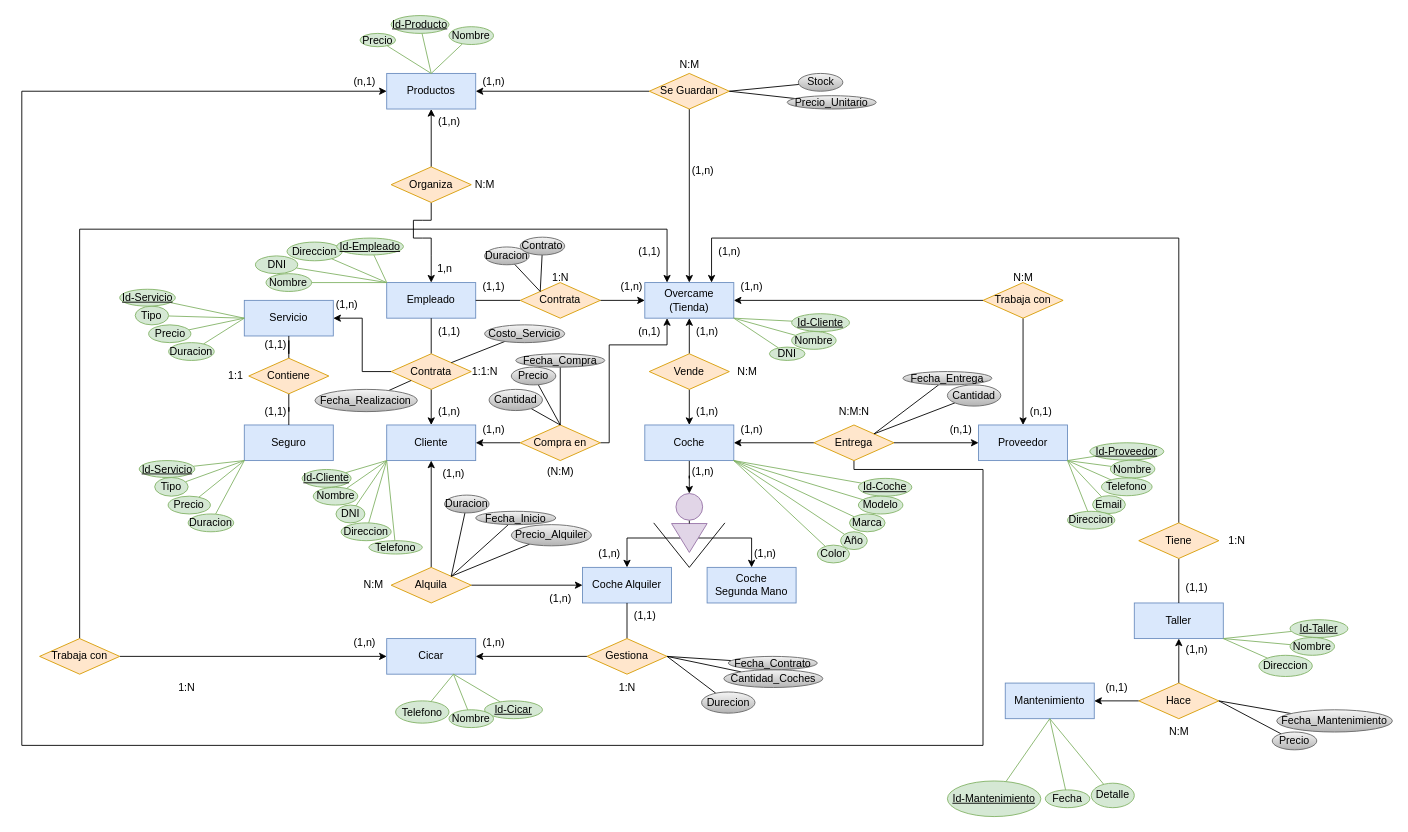
Before: Overcame2.0.1.drawio in YerayGM/ProyectoOvercame-BAE, a draw.io diagram. Source tidied: cells renumbered, new cells numbered last; positions are measured from the earlier drawing's top-left corner, leaving out a move shared by most shapes. Both pictures are drawn from the tidied source at 89%, with x=0, y=0 at pixel (21, 15).
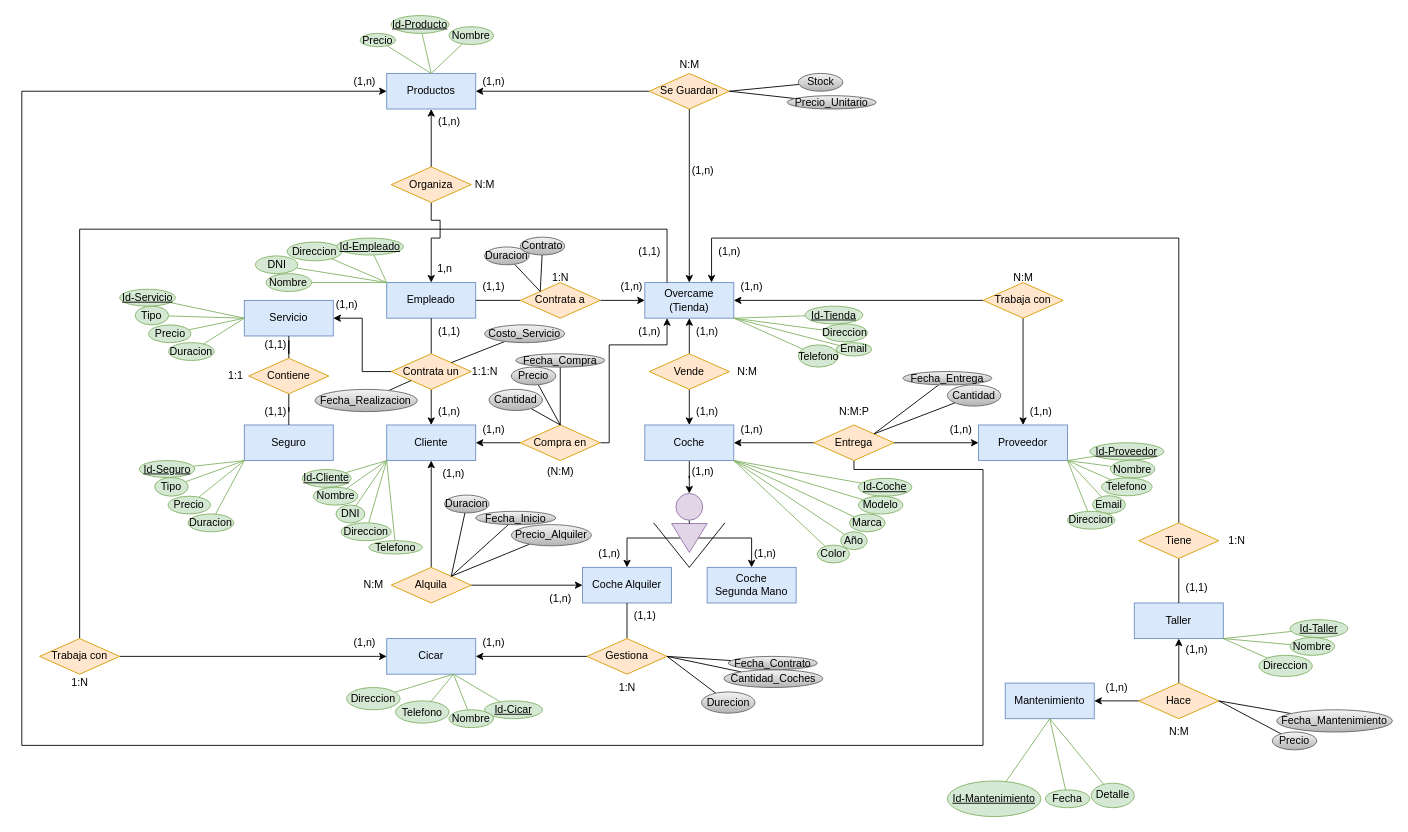
The same diagram, later.

The change refers to these unchanged cells:
```xml
<mxCell id="9" value="Overcame&lt;div&gt;(Tienda)&lt;/div&gt;" style="whiteSpace=wrap;html=1;align=center;fillColor=#dae8fc;strokeColor=#6c8ebf;" parent="1" vertex="1">
  <mxGeometry x="700" y="300" width="100" height="40" as="geometry" />
</mxCell>
<mxCell id="10" value="Empleado" style="whiteSpace=wrap;html=1;align=center;fillColor=#dae8fc;strokeColor=#6c8ebf;" parent="1" vertex="1">
  <mxGeometry x="410" y="300" width="100" height="40" as="geometry" />
</mxCell>
<mxCell id="11" value="Cicar" style="whiteSpace=wrap;html=1;align=center;fillColor=#dae8fc;strokeColor=#6c8ebf;" parent="1" vertex="1">
  <mxGeometry x="410" y="700" width="100" height="40" as="geometry" />
</mxCell>
<mxCell id="20" value="Organiza" style="shape=rhombus;perimeter=rhombusPerimeter;whiteSpace=wrap;html=1;align=center;fillColor=#ffe6cc;strokeColor=#d79b00;" parent="1" vertex="1">
  <mxGeometry x="415" y="170" width="90" height="40" as="geometry" />
</mxCell>
<mxCell id="29" value="Trabaja con" style="shape=rhombus;perimeter=rhombusPerimeter;whiteSpace=wrap;html=1;align=center;fillColor=#ffe6cc;strokeColor=#d79b00;" parent="1" vertex="1">
  <mxGeometry x="20" y="700" width="90" height="40" as="geometry" />
</mxCell>
```

Change to the diagram source:
```diff
@@
     <mxCell id="18" style="rounded=0;jettySize=auto;html=1;entryX=0.5;entryY=0;entryDx=0;entryDy=0;exitX=0.5;exitY=1;exitDx=0;exitDy=0;" parent="1" edge="1" source="20" target="10">
       <mxGeometry relative="1" as="geometry">
         <Array as="points">
           <mxPoint x="460" y="230" />
-          <mxPoint x="450" y="230" />
-          <mxPoint x="440" y="230" />
-          <mxPoint x="440" y="250" />
-          <mxPoint x="450" y="250" />
+          <mxPoint x="470" y="230" />
+          <mxPoint x="470" y="250" />
           <mxPoint x="460" y="250" />
           <mxPoint x="460" y="270" />
         </Array>
       </mxGeometry>
     </mxCell>
@@
-    <mxCell id="28" style="edgeStyle=orthogonalEdgeStyle;rounded=0;jettySize=auto;html=1;entryX=0.25;entryY=0;entryDx=0;entryDy=0;exitX=0.5;exitY=0;exitDx=0;exitDy=0;" parent="1" edge="1" source="29" target="9">
+    <mxCell id="28" style="edgeStyle=orthogonalEdgeStyle;rounded=0;jettySize=auto;html=1;entryX=0.25;entryY=0;entryDx=0;entryDy=0;exitX=0.5;exitY=0;exitDx=0;exitDy=0;endArrow=none;endFill=0;" parent="1" edge="1" source="29" target="9">
       <mxGeometry relative="1" as="geometry">
         <Array as="points">
           <mxPoint x="65" y="240" />
           <mxPoint x="725" y="240" />
         </Array>
       </mxGeometry>
     </mxCell>
@@
-    <mxCell id="45" value="Contrata" style="shape=rhombus;perimeter=rhombusPerimeter;whiteSpace=wrap;html=1;align=center;fillColor=#ffe6cc;strokeColor=#d79b00;" parent="1" vertex="1">
+    <mxCell id="45" value="Contrata a" style="shape=rhombus;perimeter=rhombusPerimeter;whiteSpace=wrap;html=1;align=center;fillColor=#ffe6cc;strokeColor=#d79b00;" parent="1" vertex="1">
       <mxGeometry x="560" y="300" width="90" height="40" as="geometry" />
     </mxCell>
@@
-    <mxCell id="52" value="Contrata" style="shape=rhombus;perimeter=rhombusPerimeter;whiteSpace=wrap;html=1;align=center;fillColor=#ffe6cc;strokeColor=#d79b00;" parent="1" vertex="1">
+    <mxCell id="52" value="Contrata un" style="shape=rhombus;perimeter=rhombusPerimeter;whiteSpace=wrap;html=1;align=center;fillColor=#ffe6cc;strokeColor=#d79b00;" parent="1" vertex="1">
       <mxGeometry x="415" y="380" width="90" height="40" as="geometry" />
     </mxCell>
@@
-    <mxCell id="82" value="(n,1)" style="text;html=1;align=center;verticalAlign=middle;strokeColor=none;fillColor=none;" parent="1" vertex="1">
+    <mxCell id="82" value="(1,n)" style="text;html=1;align=center;verticalAlign=middle;strokeColor=none;fillColor=none;" parent="1" vertex="1">
       <mxGeometry x="1120" y="430" width="50" height="30" as="geometry" />
     </mxCell>
@@
-    <mxCell id="84" value="(n,1)" style="text;html=1;align=center;verticalAlign=middle;strokeColor=none;fillColor=none;" parent="1" vertex="1">
+    <mxCell id="84" value="(1,n)" style="text;html=1;align=center;verticalAlign=middle;strokeColor=none;fillColor=none;" parent="1" vertex="1">
       <mxGeometry x="1030" y="450" width="50" height="30" as="geometry" />
     </mxCell>
-    <mxCell id="85" value="(n,1)" style="text;html=1;align=center;verticalAlign=middle;strokeColor=none;fillColor=none;" parent="1" vertex="1">
+    <mxCell id="85" value="(1,n)" style="text;html=1;align=center;verticalAlign=middle;strokeColor=none;fillColor=none;" parent="1" vertex="1">
       <mxGeometry x="360" y="60" width="50" height="30" as="geometry" />
     </mxCell>
@@
     <mxCell id="94" value="1:N" style="text;html=1;align=center;verticalAlign=middle;strokeColor=none;fillColor=none;" parent="1" vertex="1">
-      <mxGeometry x="165" y="740" width="40" height="30" as="geometry" />
+      <mxGeometry x="45" y="735" width="40" height="30" as="geometry" />
     </mxCell>
-    <mxCell id="95" value="N:M:N" style="text;html=1;align=center;verticalAlign=middle;strokeColor=none;fillColor=none;" parent="1" vertex="1">
+    <mxCell id="95" value="N:M:P" style="text;html=1;align=center;verticalAlign=middle;strokeColor=none;fillColor=none;" parent="1" vertex="1">
       <mxGeometry x="905" y="430" width="60" height="30" as="geometry" />
     </mxCell>
@@
-    <mxCell id="97" value="(n,1)" style="text;html=1;align=center;verticalAlign=middle;strokeColor=none;fillColor=none;" parent="1" vertex="1">
+    <mxCell id="97" value="(1,n)" style="text;html=1;align=center;verticalAlign=middle;strokeColor=none;fillColor=none;" parent="1" vertex="1">
       <mxGeometry x="1205" y="740" width="50" height="30" as="geometry" />
     </mxCell>
@@
-    <mxCell id="113" value="(n,1)" style="text;html=1;align=center;verticalAlign=middle;strokeColor=none;fillColor=none;" parent="1" vertex="1">
+    <mxCell id="113" value="(1,n)" style="text;html=1;align=center;verticalAlign=middle;strokeColor=none;fillColor=none;" parent="1" vertex="1">
       <mxGeometry x="680" y="340" width="50" height="30" as="geometry" />
     </mxCell>
@@
-    <mxCell id="144" value="Id-Cliente" style="ellipse;whiteSpace=wrap;html=1;align=center;fontStyle=4;fillColor=#d5e8d4;strokeColor=#82b366;" parent="1" vertex="1">
-      <mxGeometry x="865" y="335" width="65" height="20" as="geometry" />
+    <mxCell id="144" value="Id-Tienda" style="ellipse;whiteSpace=wrap;html=1;align=center;fontStyle=4;fillColor=#d5e8d4;strokeColor=#82b366;" parent="1" vertex="1">
+      <mxGeometry x="880" y="326.5" width="65" height="20" as="geometry" />
     </mxCell>
@@
-    <mxCell id="146" value="Nombre" style="ellipse;whiteSpace=wrap;html=1;align=center;fillColor=#d5e8d4;strokeColor=#82b366;" parent="1" vertex="1">
-      <mxGeometry x="865" y="355" width="50" height="20" as="geometry" />
+    <mxCell id="146" value="Direccion" style="ellipse;whiteSpace=wrap;html=1;align=center;fillColor=#d5e8d4;strokeColor=#82b366;" parent="1" vertex="1">
+      <mxGeometry x="900" y="346.5" width="50" height="20" as="geometry" />
     </mxCell>
@@
-    <mxCell id="148" value="DNI" style="ellipse;whiteSpace=wrap;html=1;align=center;fillColor=#d5e8d4;strokeColor=#82b366;" parent="1" vertex="1">
-      <mxGeometry x="840" y="372.5" width="40" height="15" as="geometry" />
+    <mxCell id="148" value="Email" style="ellipse;whiteSpace=wrap;html=1;align=center;fillColor=#d5e8d4;strokeColor=#82b366;" parent="1" vertex="1">
+      <mxGeometry x="915" y="367.5" width="40" height="15" as="geometry" />
     </mxCell>
@@
-    <mxCell id="186" value="Id-Servicio" style="ellipse;whiteSpace=wrap;html=1;align=center;fontStyle=4;fillColor=#d5e8d4;strokeColor=#82b366;" parent="1" vertex="1">
+    <mxCell id="186" value="Id-Seguro" style="ellipse;whiteSpace=wrap;html=1;align=center;fontStyle=4;fillColor=#d5e8d4;strokeColor=#82b366;" parent="1" vertex="1">
       <mxGeometry x="131.9" y="500" width="62.5" height="19" as="geometry" />
     </mxCell>
@@
+    <mxCell id="237" style="rounded=0;jettySize=auto;html=1;entryX=1;entryY=1;entryDx=0;entryDy=0;endArrow=none;endFill=0;fillColor=#d5e8d4;strokeColor=#82b366;" parent="1" edge="1" source="238" target="9">
+      <mxGeometry relative="1" as="geometry" />
+    </mxCell>
+    <mxCell id="238" value="Telefono" style="ellipse;whiteSpace=wrap;html=1;align=center;fillColor=#d5e8d4;strokeColor=#82b366;" parent="1" vertex="1">
+      <mxGeometry x="872.5" y="370" width="45" height="25" as="geometry" />
+    </mxCell>
+    <mxCell id="239" style="rounded=0;jettySize=auto;html=1;entryX=0.75;entryY=1;entryDx=0;entryDy=0;endArrow=none;endFill=0;fillColor=#d5e8d4;strokeColor=#82b366;" parent="1" edge="1" source="240" target="11">
+      <mxGeometry relative="1" as="geometry" />
+    </mxCell>
+    <mxCell id="240" value="Direccion" style="ellipse;whiteSpace=wrap;html=1;align=center;fillColor=#d5e8d4;strokeColor=#82b366;" parent="1" vertex="1">
+      <mxGeometry x="365" y="755" width="60" height="25" as="geometry" />
+    </mxCell>
```
